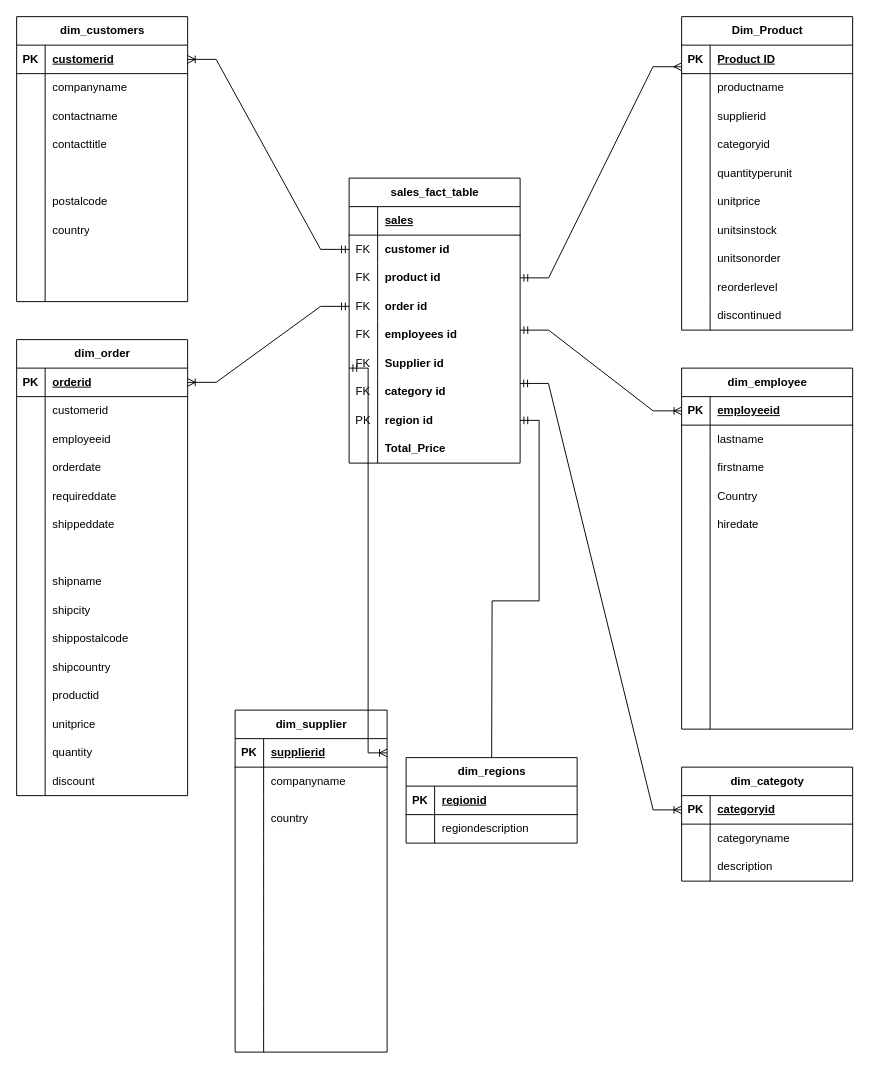
AkhilaJagajjetty/datastorage keeps this draw.io diagram as page "Final" (3 of 3) of Copy of Data storage_final before.drawio. Above is the earlier version. Source tidied: cells renumbered, new cells numbered last; positions are measured from the earlier drawing's top-left corner, leaving out a move shared by most shapes. Both pictures are drawn from the tidied source at 95%, with x=0, y=0 at pixel (16, 16).
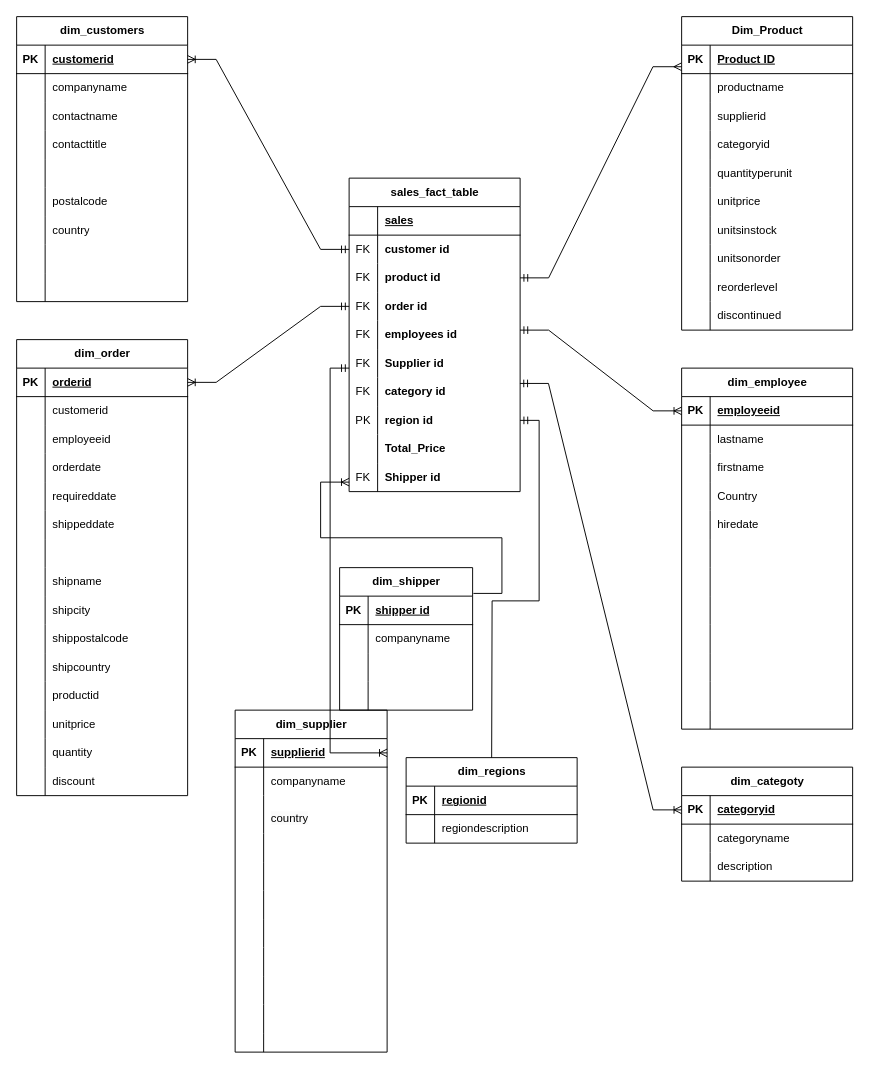
Above is the later version.

Commit message:
Star_schema_final_data storage_ca1_akhila

Unchanged cells that the change refers to:
```xml
<mxCell id="173" style="shape=tableRow;horizontal=0;startSize=0;swimlaneHead=0;swimlaneBody=0;fillColor=none;points=[[0,0.5],[1,0.5]];portConstraint=eastwest;top=0;left=0;right=0;bottom=1;" parent="172" vertex="1">
  <mxGeometry y="30" width="160" height="30" as="geometry" />
</mxCell>
```

Change to the diagram source:
```diff
@@
     <mxCell id="2" value="sales_fact_table" style="shape=table;startSize=30;childLayout=tableLayout;rowLines=0;fontStyle=1;align=center;html=1;" parent="1" vertex="1">
-      <mxGeometry x="350" y="170" width="180" height="300" as="geometry" />
+      <mxGeometry x="350" y="170" width="180" height="330" as="geometry" />
     </mxCell>
@@
+    <mxCell id="231" style="shape=tableRow;horizontal=0;startSize=0;swimlaneHead=0;swimlaneBody=0;fillColor=none;top=0;left=0;right=0;bottom=0;" parent="2" vertex="1">
+      <mxGeometry y="300" width="180" height="30" as="geometry" />
+    </mxCell>
+    <mxCell id="232" value="FK" style="shape=partialRectangle;fillColor=none;top=0;left=0;bottom=0;right=0;overflow=hidden;whiteSpace=wrap;html=1;" parent="231" vertex="1">
+      <mxGeometry width="30" height="30" as="geometry" />
+    </mxCell>
+    <mxCell id="233" value="&lt;b&gt;Shipper id&lt;/b&gt;" style="shape=partialRectangle;fillColor=none;top=0;left=0;bottom=0;right=0;align=left;spacingLeft=6;overflow=hidden;whiteSpace=wrap;html=1;" parent="231" vertex="1">
+      <mxGeometry x="30" width="150" height="30" as="geometry" />
+    </mxCell>
@@
     <mxCell id="221" style="edgeStyle=elbowEdgeStyle;fontSize=12;html=1;endArrow=ERoneToMany;startArrow=ERmandOne;rounded=0;entryX=1;entryY=0.5;entryDx=0;entryDy=0;" parent="1" edge="1" target="173">
       <mxGeometry relative="1" as="geometry">
         <mxPoint x="350" y="370" as="sourcePoint" />
+        <Array as="points">
+          <mxPoint x="330" y="490" />
+        </Array>
       </mxGeometry>
     </mxCell>
@@
+    <mxCell id="234" value="dim_shipper" style="shape=table;startSize=30;childLayout=tableLayout;rowLines=0;fontStyle=1;align=center;html=1;" parent="1" vertex="1">
+      <mxGeometry x="340" y="580" width="140" height="150" as="geometry" />
+    </mxCell>
+    <mxCell id="235" style="shape=tableRow;horizontal=0;startSize=0;swimlaneHead=0;swimlaneBody=0;fillColor=none;top=0;left=0;right=0;bottom=1;" parent="234" vertex="1">
+      <mxGeometry y="30" width="140" height="30" as="geometry" />
+    </mxCell>
+    <mxCell id="236" value="PK" style="shape=partialRectangle;fillColor=none;top=0;left=0;bottom=0;right=0;fontStyle=1;overflow=hidden;whiteSpace=wrap;html=1;" parent="235" vertex="1">
+      <mxGeometry width="30" height="30" as="geometry" />
+    </mxCell>
+    <mxCell id="237" value="shipper id" style="shape=partialRectangle;fillColor=none;top=0;left=0;bottom=0;right=0;align=left;spacingLeft=6;fontStyle=5;overflow=hidden;whiteSpace=wrap;html=1;" parent="235" vertex="1">
+      <mxGeometry x="30" width="110" height="30" as="geometry" />
+    </mxCell>
+    <mxCell id="238" style="shape=tableRow;horizontal=0;startSize=0;swimlaneHead=0;swimlaneBody=0;fillColor=none;top=0;left=0;right=0;bottom=0;" parent="234" vertex="1">
+      <mxGeometry y="60" width="140" height="30" as="geometry" />
+    </mxCell>
+    <mxCell id="239" style="shape=partialRectangle;fillColor=none;top=0;left=0;bottom=0;right=0;overflow=hidden;whiteSpace=wrap;html=1;" parent="238" vertex="1">
+      <mxGeometry width="30" height="30" as="geometry" />
+    </mxCell>
+    <mxCell id="240" value="companyname" style="shape=partialRectangle;fillColor=none;top=0;left=0;bottom=0;right=0;align=left;spacingLeft=6;overflow=hidden;whiteSpace=wrap;html=1;" parent="238" vertex="1">
+      <mxGeometry x="30" width="110" height="30" as="geometry" />
+    </mxCell>
+    <mxCell id="241" style="shape=tableRow;horizontal=0;startSize=0;swimlaneHead=0;swimlaneBody=0;fillColor=none;top=0;left=0;right=0;bottom=0;" parent="234" vertex="1">
+      <mxGeometry y="90" width="140" height="30" as="geometry" />
+    </mxCell>
+    <mxCell id="242" style="shape=partialRectangle;fillColor=none;top=0;left=0;bottom=0;right=0;overflow=hidden;whiteSpace=wrap;html=1;" parent="241" vertex="1">
+      <mxGeometry width="30" height="30" as="geometry" />
+    </mxCell>
+    <mxCell id="243" style="shape=partialRectangle;fillColor=none;top=0;left=0;bottom=0;right=0;align=left;spacingLeft=6;overflow=hidden;whiteSpace=wrap;html=1;" parent="241" vertex="1">
+      <mxGeometry x="30" width="110" height="30" as="geometry" />
+    </mxCell>
+    <mxCell id="244" style="shape=tableRow;horizontal=0;startSize=0;swimlaneHead=0;swimlaneBody=0;fillColor=none;top=0;left=0;right=0;bottom=0;" parent="234" vertex="1">
+      <mxGeometry y="120" width="140" height="30" as="geometry" />
+    </mxCell>
+    <mxCell id="245" style="shape=partialRectangle;fillColor=none;top=0;left=0;bottom=0;right=0;overflow=hidden;whiteSpace=wrap;html=1;" parent="244" vertex="1">
+      <mxGeometry width="30" height="30" as="geometry" />
+    </mxCell>
+    <mxCell id="246" style="shape=partialRectangle;fillColor=none;top=0;left=0;bottom=0;right=0;align=left;spacingLeft=6;overflow=hidden;whiteSpace=wrap;html=1;" parent="244" vertex="1">
+      <mxGeometry x="30" width="110" height="30" as="geometry" />
+    </mxCell>
+    <mxCell id="247" style="edgeStyle=entityRelationEdgeStyle;fontSize=12;html=1;endArrow=ERoneToMany;rounded=0;exitX=1.006;exitY=0.181;exitDx=0;exitDy=0;exitPerimeter=0;" parent="1" edge="1" source="234">
+      <mxGeometry relative="1" as="geometry">
+        <mxPoint x="350" y="490" as="targetPoint" />
+      </mxGeometry>
+    </mxCell>
```
